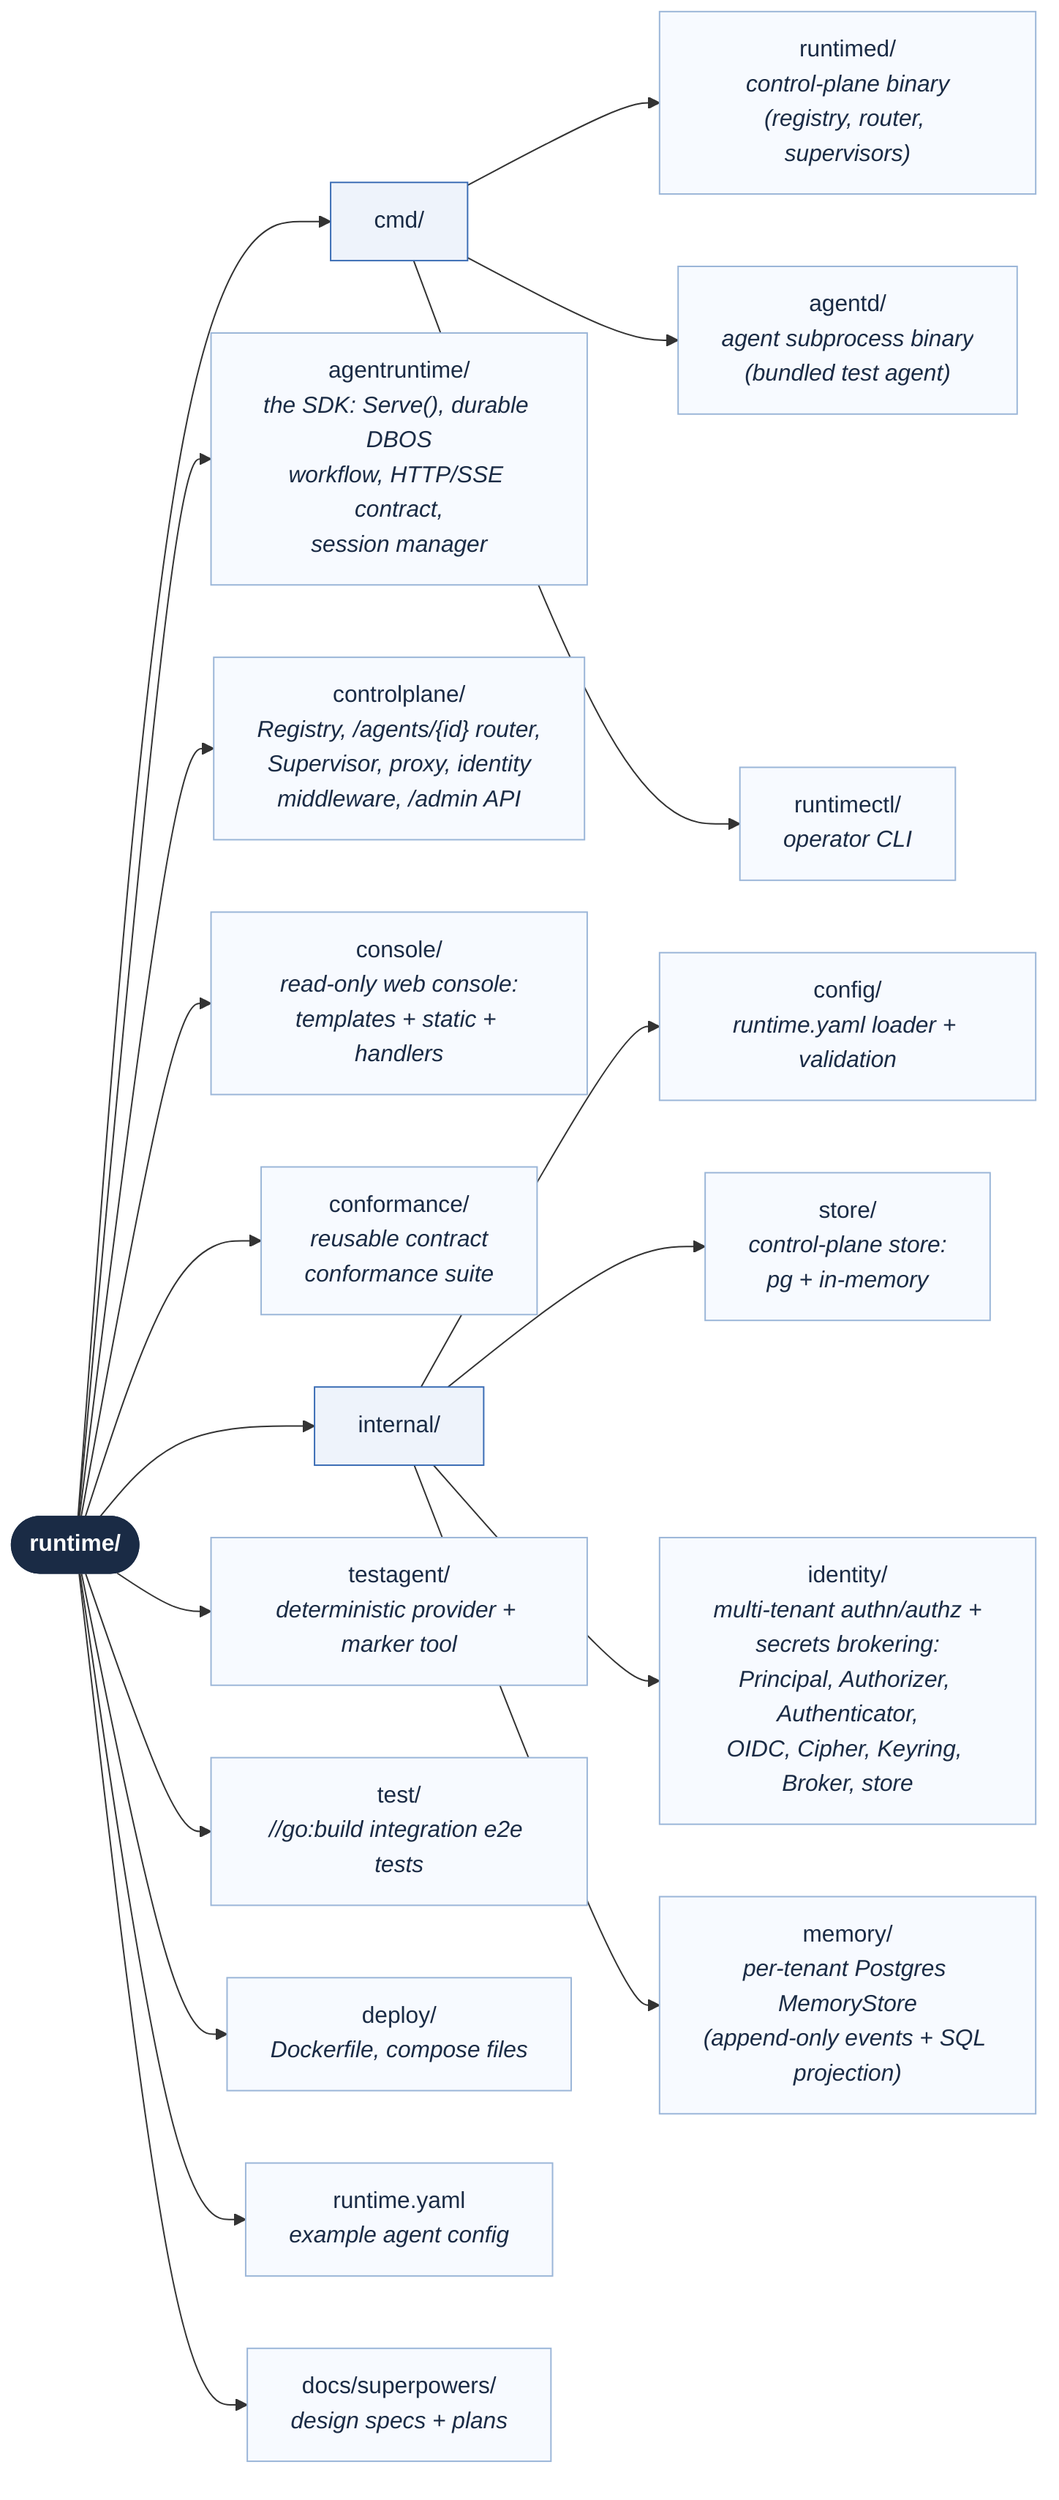
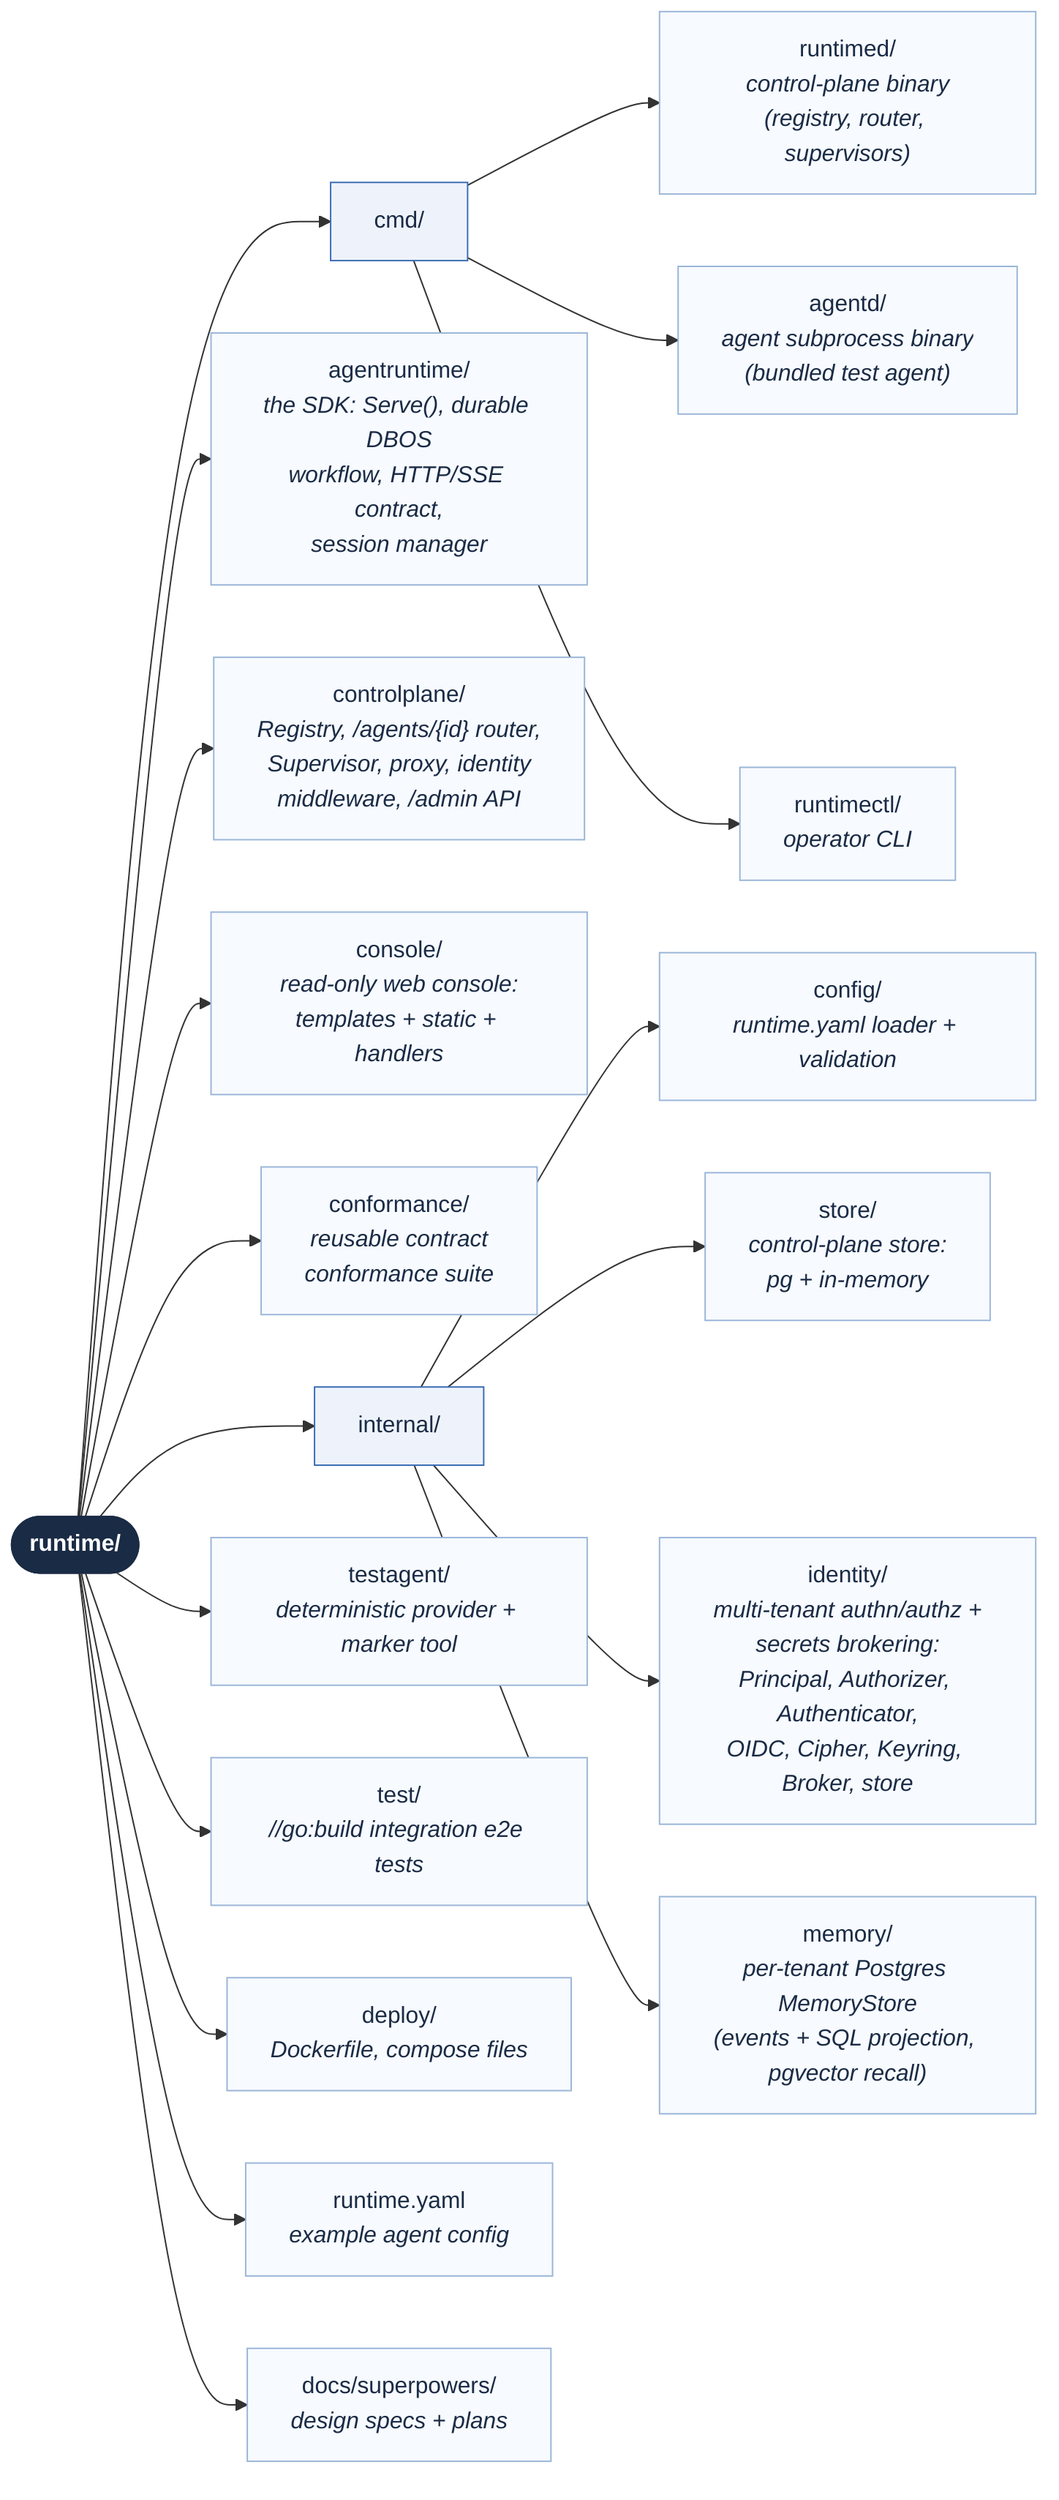
%% Runtime project layout (top-level packages and their responsibilities).
%% Render: mmdc -i project-layout.mmd -o project-layout.png -t neutral -b white -s 3
flowchart LR
    root(["runtime/"])

    cmd["cmd/"]
    runtimed_b["runtimed/<br/><i>control-plane binary<br/>(registry, router, supervisors)</i>"]
    agentd_b["agentd/<br/><i>agent subprocess binary<br/>(bundled test agent)</i>"]
    runtimectl_b["runtimectl/<br/><i>operator CLI</i>"]

    sdk["agentruntime/<br/><i>the SDK: Serve(), durable DBOS<br/>workflow, HTTP/SSE contract,<br/>session manager</i>"]
    ctrl["controlplane/<br/><i>Registry, /agents/{id} router,<br/>Supervisor, proxy, identity<br/>middleware, /admin API</i>"]
    console["console/<br/><i>read-only web console:<br/>templates + static + handlers</i>"]
    conf["conformance/<br/><i>reusable contract<br/>conformance suite</i>"]

    internal["internal/"]
    cfg["config/<br/><i>runtime.yaml loader + validation</i>"]
    store["store/<br/><i>control-plane store:<br/>pg + in-memory</i>"]
    ident["identity/<br/><i>multi-tenant authn/authz +<br/>secrets brokering:<br/>Principal, Authorizer, Authenticator,<br/>OIDC, Cipher, Keyring, Broker, store</i>"]
-     mem["memory/<br/><i>per-tenant Postgres MemoryStore<br/>(append-only events + SQL projection)</i>"]
+     mem["memory/<br/><i>per-tenant Postgres MemoryStore<br/>(events + SQL projection, pgvector recall)</i>"]

    testagent["testagent/<br/><i>deterministic provider + marker tool</i>"]
    test["test/<br/><i>//go:build integration e2e tests</i>"]
    deploy["deploy/<br/><i>Dockerfile, compose files</i>"]
    yaml["runtime.yaml<br/><i>example agent config</i>"]
    docs["docs/superpowers/<br/><i>design specs + plans</i>"]

    root --> cmd
    cmd --> runtimed_b
    cmd --> agentd_b
    cmd --> runtimectl_b
    root --> sdk
    root --> ctrl
    root --> console
    root --> conf
    root --> internal
    internal --> cfg
    internal --> store
    internal --> ident
    internal --> mem
    root --> testagent
    root --> test
    root --> deploy
    root --> yaml
    root --> docs

    classDef dir fill:#eef3fb,stroke:#3b6db5,stroke-width:1px,color:#1a2b45;
    classDef leaf fill:#f7faff,stroke:#9bb6d8,stroke-width:1px,color:#1a2b45;
    classDef rootNode fill:#1a2b45,stroke:#1a2b45,color:#ffffff,font-weight:bold;

    class root rootNode;
    class cmd,internal dir;
    class runtimed_b,agentd_b,runtimectl_b,sdk,ctrl,console,conf,cfg,store,ident,mem,testagent,test,deploy,yaml,docs leaf;
